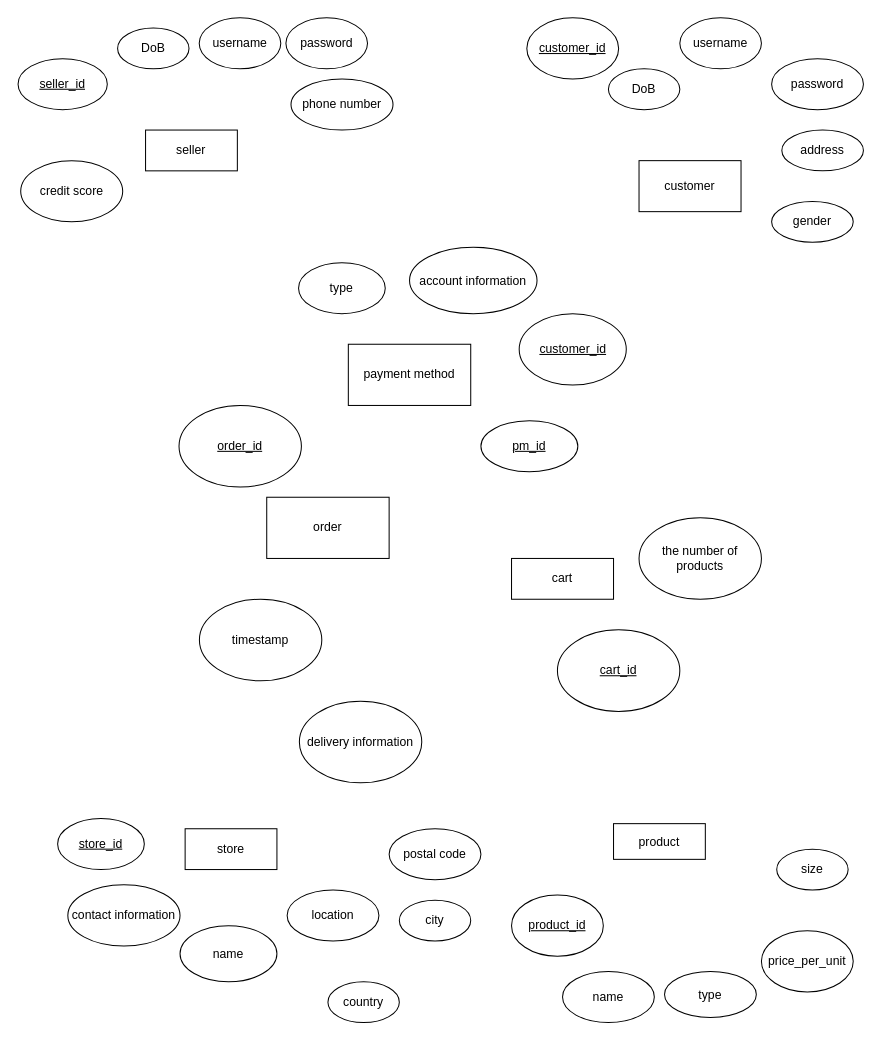
The draw.io diagram 9311-assignment-1.drawio in zhangnailiang/ER, before the edit. Source tidied: cells renumbered, new cells numbered last; positions are measured from the earlier drawing's top-left corner, leaving out a move shared by most shapes. Both pictures are drawn from the tidied source at 102%, with x=0, y=0 at pixel (17, 17).
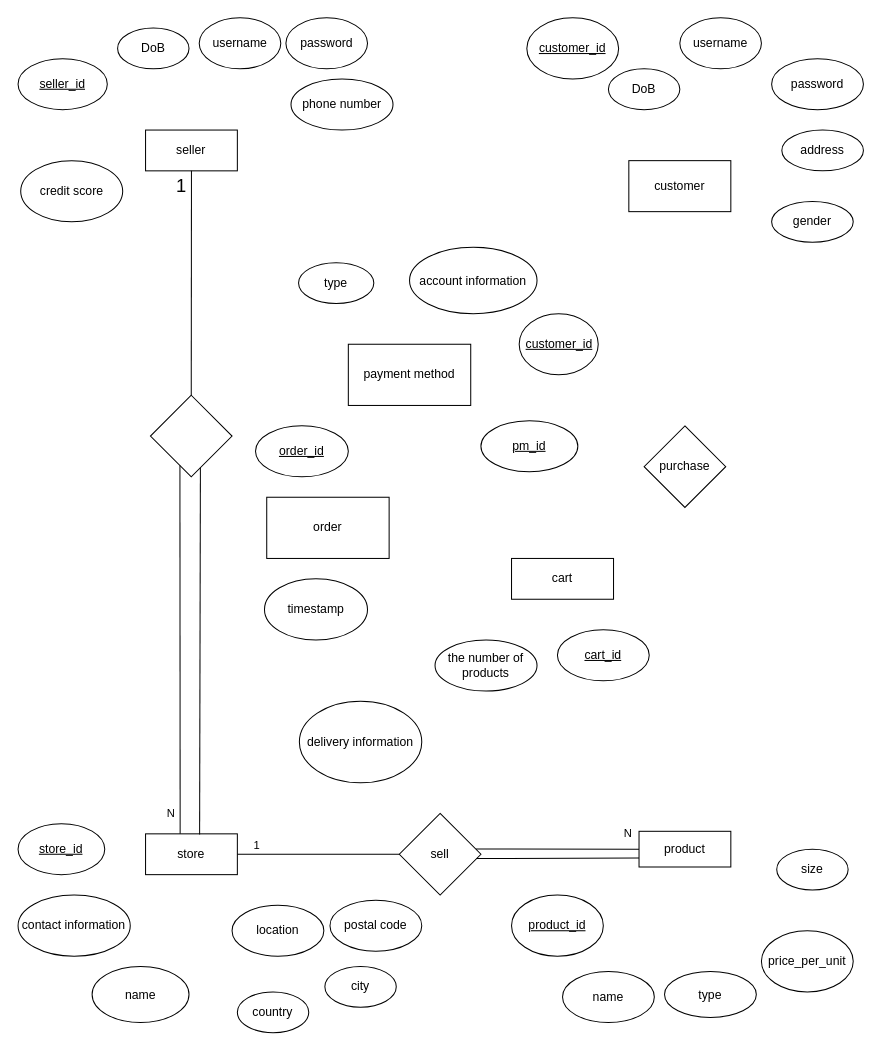
After the change.

Unchanged cells that the change refers to:
```xml
<mxCell id="2" value="seller" style="rounded=0;whiteSpace=wrap;html=1;" parent="1" vertex="1">
  <mxGeometry x="125.2" y="110" width="90" height="40" as="geometry" />
</mxCell>
```

Change to the diagram source:
```diff
@@
     <mxCell id="8" value="store" style="rounded=0;whiteSpace=wrap;html=1;" parent="1" vertex="1">
-      <mxGeometry x="164" y="795" width="90" height="40" as="geometry" />
+      <mxGeometry x="125.2" y="800" width="90" height="40" as="geometry" />
     </mxCell>
     <mxCell id="9" value="&lt;u&gt;store_id&lt;/u&gt;" style="ellipse;whiteSpace=wrap;html=1;" parent="1" vertex="1">
-      <mxGeometry x="39" y="785" width="85" height="50" as="geometry" />
+      <mxGeometry x="0.2" y="790" width="85" height="50" as="geometry" />
     </mxCell>
     <mxCell id="10" value="name" style="ellipse;whiteSpace=wrap;html=1;" parent="1" vertex="1">
-      <mxGeometry x="159" y="890" width="95" height="55" as="geometry" />
+      <mxGeometry x="72.8" y="930" width="95" height="55" as="geometry" />
     </mxCell>
     <mxCell id="11" value="location" style="ellipse;whiteSpace=wrap;html=1;" parent="1" vertex="1">
-      <mxGeometry x="264" y="855" width="90" height="50" as="geometry" />
+      <mxGeometry x="210" y="870" width="90" height="50" as="geometry" />
     </mxCell>
     <mxCell id="12" value="contact information" style="ellipse;whiteSpace=wrap;html=1;" parent="1" vertex="1">
-      <mxGeometry x="49" y="850" width="110" height="60" as="geometry" />
+      <mxGeometry x="0.2" y="860" width="110" height="60" as="geometry" />
     </mxCell>
@@
     <mxCell id="14" value="country" style="ellipse;whiteSpace=wrap;html=1;" parent="1" vertex="1">
-      <mxGeometry x="304" y="945" width="70" height="40" as="geometry" />
+      <mxGeometry x="215.2" y="955" width="70" height="40" as="geometry" />
     </mxCell>
     <mxCell id="15" value="city" style="ellipse;whiteSpace=wrap;html=1;" parent="1" vertex="1">
-      <mxGeometry x="374" y="865" width="70" height="40" as="geometry" />
+      <mxGeometry x="301" y="930" width="70" height="40" as="geometry" />
     </mxCell>
     <mxCell id="16" value="postal code" style="ellipse;whiteSpace=wrap;html=1;" parent="1" vertex="1">
-      <mxGeometry x="364" y="795" width="90" height="50" as="geometry" />
+      <mxGeometry x="306" y="865" width="90" height="50" as="geometry" />
     </mxCell>
     <mxCell id="17" value="customer" style="rounded=0;whiteSpace=wrap;html=1;" parent="1" vertex="1">
-      <mxGeometry x="609" y="140" width="100" height="50" as="geometry" />
+      <mxGeometry x="599" y="140" width="100" height="50" as="geometry" />
     </mxCell>
@@
     <mxCell id="24" value="product" style="rounded=0;whiteSpace=wrap;html=1;" parent="1" vertex="1">
-      <mxGeometry x="584" y="790" width="90" height="35" as="geometry" />
+      <mxGeometry x="609" y="797.5" width="90" height="35" as="geometry" />
     </mxCell>
@@
     <mxCell id="33" value="&lt;u&gt;order_id&lt;/u&gt;" style="ellipse;whiteSpace=wrap;html=1;" parent="1" vertex="1">
-      <mxGeometry x="158" y="380" width="120" height="80" as="geometry" />
+      <mxGeometry x="233" y="400" width="91" height="50" as="geometry" />
     </mxCell>
     <mxCell id="34" value="timestamp" style="ellipse;whiteSpace=wrap;html=1;" parent="1" vertex="1">
-      <mxGeometry x="178" y="570" width="120" height="80" as="geometry" />
+      <mxGeometry x="241.8" y="550" width="101" height="60" as="geometry" />
     </mxCell>
@@
     <mxCell id="36" value="&lt;u&gt;cart_id&lt;/u&gt;" style="ellipse;whiteSpace=wrap;html=1;" parent="1" vertex="1">
-      <mxGeometry x="529" y="600" width="120" height="80" as="geometry" />
+      <mxGeometry x="529" y="600" width="90" height="50" as="geometry" />
     </mxCell>
     <mxCell id="37" value="the number of products" style="ellipse;whiteSpace=wrap;html=1;" parent="1" vertex="1">
-      <mxGeometry x="609" y="490" width="120" height="80" as="geometry" />
+      <mxGeometry x="409" y="610" width="100" height="50" as="geometry" />
     </mxCell>
     <mxCell id="38" value="&lt;u&gt;customer_id&lt;/u&gt;" style="ellipse;whiteSpace=wrap;html=1;" parent="1" vertex="1">
-      <mxGeometry x="491.5" y="290" width="105" height="70" as="geometry" />
+      <mxGeometry x="491.5" y="290" width="77.5" height="60" as="geometry" />
     </mxCell>
@@
     <mxCell id="40" value="type" style="ellipse;whiteSpace=wrap;html=1;" parent="1" vertex="1">
-      <mxGeometry x="275.2" y="240" width="85" height="50" as="geometry" />
+      <mxGeometry x="275.2" y="240" width="73.8" height="40" as="geometry" />
     </mxCell>
@@
+    <mxCell id="42" style="endArrow=none;html=1;rounded=0;entryX=0.5;entryY=1;entryDx=0;entryDy=0;" parent="1" edge="1" target="2">
+      <mxGeometry relative="1" as="geometry">
+        <mxPoint x="170" y="370" as="sourcePoint" />
+      </mxGeometry>
+    </mxCell>
+    <mxCell id="43" value="&lt;font style=&quot;font-size: 18px;&quot;&gt;1&lt;/font&gt;" style="edgeLabel;html=1;align=center;verticalAlign=middle;" parent="42" vertex="1">
+      <mxGeometry x="0.59" relative="1" as="geometry">
+        <mxPoint x="-11" y="-31" as="offset" />
+      </mxGeometry>
+    </mxCell>
+    <mxCell id="44" style="rhombus;whiteSpace=wrap;html=1;" parent="1" vertex="1">
+      <mxGeometry x="130" y="370" width="80" height="80" as="geometry" />
+    </mxCell>
+    <mxCell id="45" style="endArrow=none;html=1;rounded=0;entryX=0.361;entryY=0.86;entryDx=0;entryDy=0;exitX=0.376;exitY=-0.003;exitDx=0;exitDy=0;entryPerimeter=0;exitPerimeter=0;" parent="1" edge="1">
+      <mxGeometry relative="1" as="geometry">
+        <mxPoint x="159.1" y="800" as="sourcePoint" />
+        <mxPoint x="158.9" y="438.9" as="targetPoint" />
+      </mxGeometry>
+    </mxCell>
+    <mxCell id="46" value="N" style="edgeLabel;html=1;align=center;verticalAlign=middle;" parent="45" vertex="1">
+      <mxGeometry x="-0.37" y="-1" relative="1" as="geometry">
+        <mxPoint x="-11" y="94" as="offset" />
+      </mxGeometry>
+    </mxCell>
+    <mxCell id="47" style="endArrow=none;html=1;rounded=0;entryX=0.612;entryY=0.888;entryDx=0;entryDy=0;entryPerimeter=0;exitX=0.589;exitY=0.017;exitDx=0;exitDy=0;exitPerimeter=0;" parent="1" edge="1" source="8" target="44">
+      <mxGeometry relative="1" as="geometry" />
+    </mxCell>
+    <mxCell id="48" value="sell" style="rhombus;whiteSpace=wrap;html=1;" parent="1" vertex="1">
+      <mxGeometry x="374" y="780" width="80" height="80" as="geometry" />
+    </mxCell>
+    <mxCell id="49" style="endArrow=none;html=1;rounded=0;entryX=0;entryY=0.5;entryDx=0;entryDy=0;exitX=1;exitY=0.5;exitDx=0;exitDy=0;" parent="1" edge="1" source="8" target="48">
+      <mxGeometry relative="1" as="geometry">
+        <Array as="points">
+          <mxPoint x="289" y="820" />
+        </Array>
+      </mxGeometry>
+    </mxCell>
+    <mxCell id="50" value="1" style="edgeLabel;html=1;align=center;verticalAlign=middle;" parent="49" vertex="1">
+      <mxGeometry x="-0.78" y="-2" relative="1" as="geometry">
+        <mxPoint x="1" y="-12" as="offset" />
+      </mxGeometry>
+    </mxCell>
+    <mxCell id="51" style="endArrow=none;html=1;rounded=0;entryX=0;entryY=0.5;entryDx=0;entryDy=0;exitX=0.94;exitY=0.436;exitDx=0;exitDy=0;exitPerimeter=0;" parent="1" edge="1" source="48" target="24">
+      <mxGeometry relative="1" as="geometry" />
+    </mxCell>
+    <mxCell id="52" value="N" style="edgeLabel;html=1;align=center;verticalAlign=middle;" parent="51" vertex="1">
+      <mxGeometry x="0.86" y="2" relative="1" as="geometry">
+        <mxPoint x="-1" y="-13" as="offset" />
+      </mxGeometry>
+    </mxCell>
+    <mxCell id="53" style="endArrow=none;html=1;rounded=0;entryX=0;entryY=0.75;entryDx=0;entryDy=0;exitX=0.947;exitY=0.553;exitDx=0;exitDy=0;exitPerimeter=0;" parent="1" edge="1" source="48" target="24">
+      <mxGeometry relative="1" as="geometry" />
+    </mxCell>
+    <mxCell id="54" value="purchase" style="rhombus;whiteSpace=wrap;html=1;" parent="1" vertex="1">
+      <mxGeometry x="614" y="400" width="80" height="80" as="geometry" />
+    </mxCell>
```
